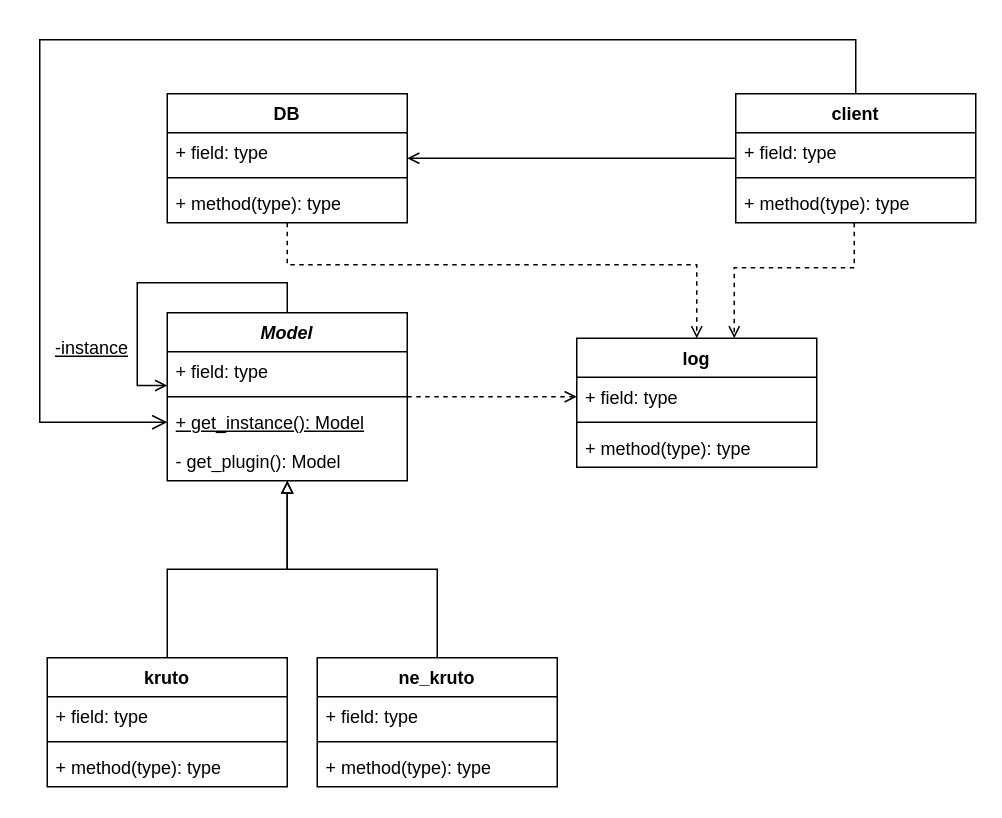
The draw.io diagram lab04/img/4.drawio in Dvakian/Object-oriented-analysis-and-design-2, before the edit. Source tidied: cells renumbered, new cells numbered last; positions are measured from the earlier drawing's top-left corner, leaving out a move shared by most shapes. Both pictures are drawn from the tidied source at 150%, with x=0, y=0 at pixel (39, 39).
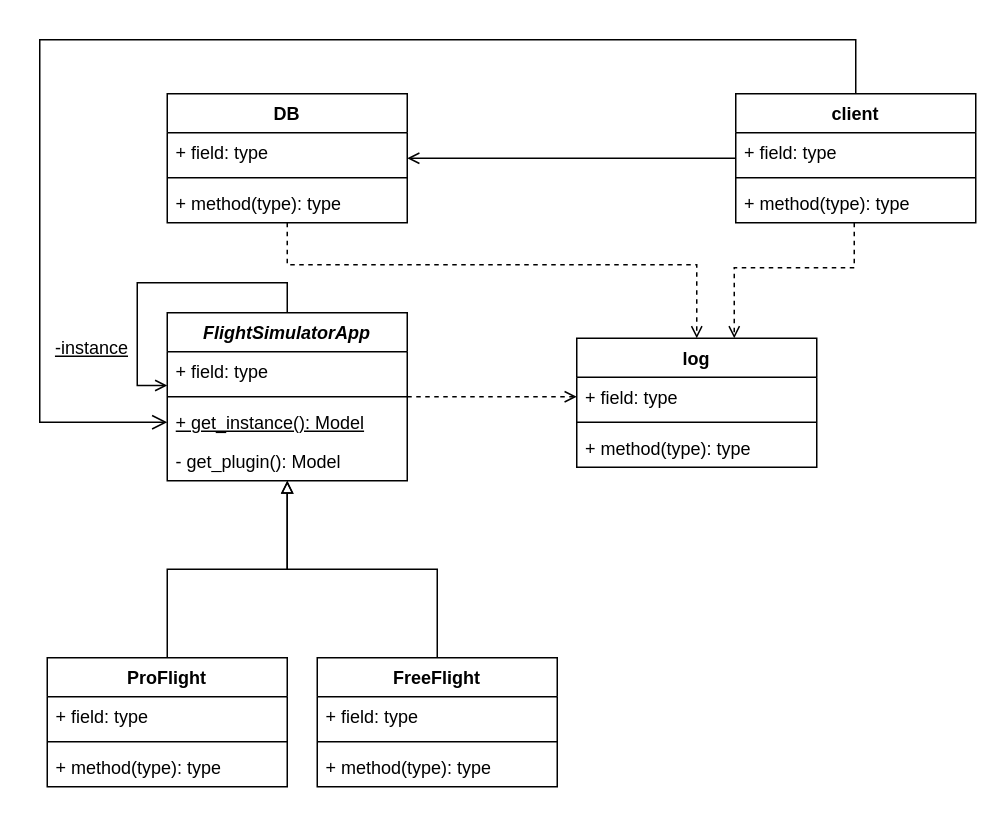
After the change.

What changed in the source:
```diff
@@
-    <mxCell id="3" value="&lt;i&gt;Model&lt;/i&gt;" style="swimlane;fontStyle=1;align=center;verticalAlign=top;horizontal=1;startSize=26;whiteSpace=wrap;html=1;" parent="1" vertex="1">
+    <mxCell id="3" value="&lt;i&gt;FlightSimulatorApp&lt;/i&gt;" style="swimlane;fontStyle=1;align=center;verticalAlign=top;horizontal=1;startSize=26;whiteSpace=wrap;html=1;" parent="1" vertex="1">
       <mxGeometry x="85" y="182" width="160" height="112" as="geometry" />
     </mxCell>
@@
-    <mxCell id="22" value="kruto" style="swimlane;fontStyle=1;align=center;verticalAlign=top;horizontal=1;startSize=26;whiteSpace=wrap;html=1;" parent="1" vertex="1">
+    <mxCell id="22" value="ProFlight" style="swimlane;fontStyle=1;align=center;verticalAlign=top;horizontal=1;startSize=26;whiteSpace=wrap;html=1;" parent="1" vertex="1">
       <mxGeometry x="5" y="412" width="160" height="86" as="geometry" />
     </mxCell>
@@
-    <mxCell id="27" value="ne_kruto" style="swimlane;fontStyle=1;align=center;verticalAlign=top;horizontal=1;startSize=26;whiteSpace=wrap;html=1;" parent="1" vertex="1">
+    <mxCell id="27" value="FreeFlight" style="swimlane;fontStyle=1;align=center;verticalAlign=top;horizontal=1;startSize=26;whiteSpace=wrap;html=1;" parent="1" vertex="1">
       <mxGeometry x="185" y="412" width="160" height="86" as="geometry" />
     </mxCell>
```
